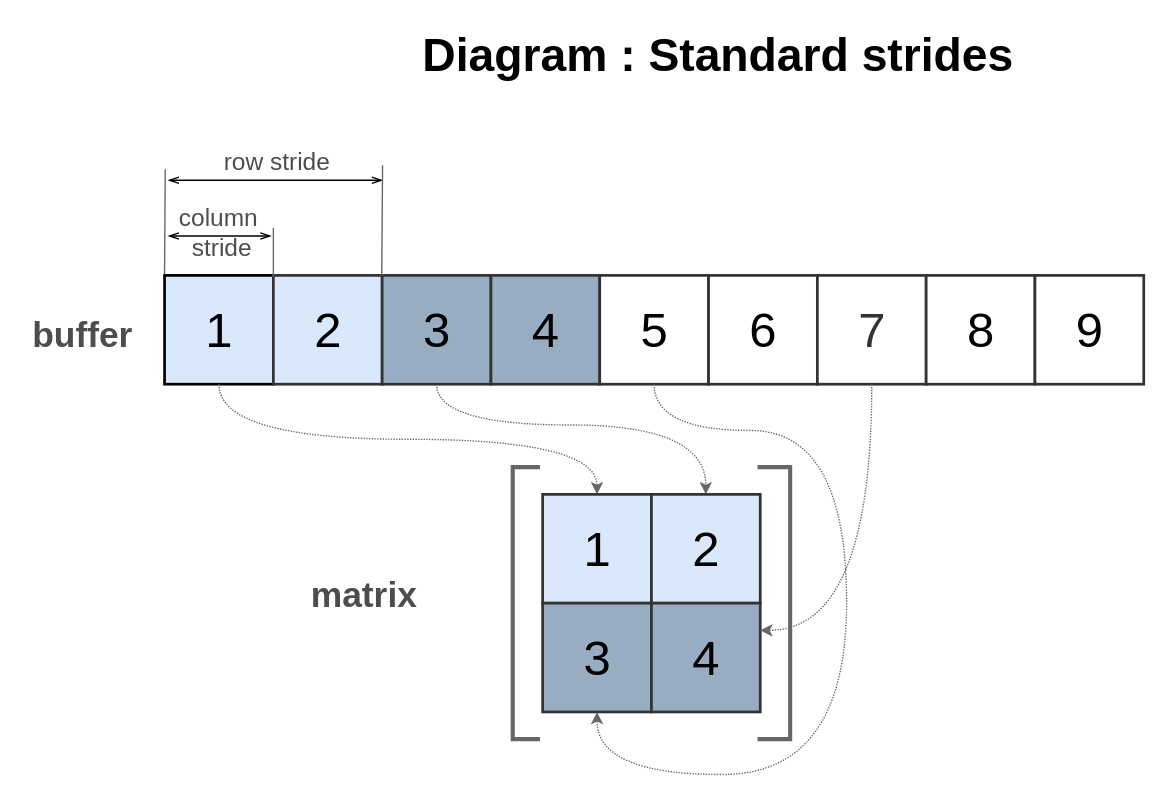
This is page "StandardStrides" (2 of 4) of doc/img/Matrix.drawio from Wandalen/wMathMatrix, a draw.io file, before an edit. Source tidied: cells renumbered, new cells numbered last; positions are measured from the earlier drawing's top-left corner, leaving out a move shared by most shapes. Both pictures are drawn from the tidied source at 136%, with x=0, y=0 at pixel (23, 23).
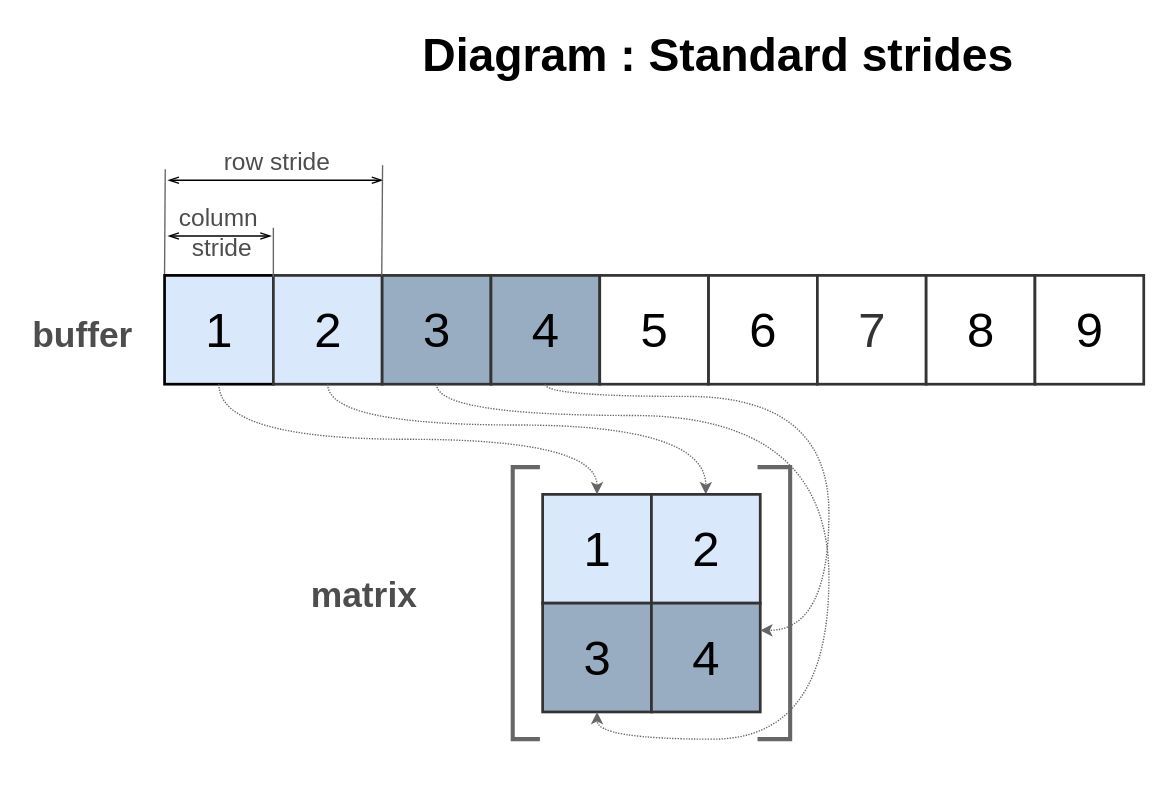
After the change.

The change refers to these unchanged cells:
```xml
<mxCell id="3" value="2" style="whiteSpace=wrap;html=1;strokeWidth=2;fontSize=36;fillColor=#DAE8FC;strokeColor=#333333;" parent="1" vertex="1">
  <mxGeometry x="183.5" y="185" width="80" height="80" as="geometry" />
</mxCell>
<mxCell id="5" value="3" style="whiteSpace=wrap;html=1;strokeWidth=2;fontSize=36;strokeColor=#333333;fillColor=#99ADC2;" parent="1" vertex="1">
  <mxGeometry x="263.5" y="185" width="80" height="80" as="geometry" />
</mxCell>
<mxCell id="6" value="4" style="whiteSpace=wrap;html=1;strokeWidth=2;fontSize=36;fillColor=#99ADC2;strokeColor=#333333;" parent="1" vertex="1">
  <mxGeometry x="343.5" y="185" width="80" height="80" as="geometry" />
</mxCell>
<mxCell id="7" value="5" style="whiteSpace=wrap;html=1;strokeWidth=2;fontSize=36;strokeColor=#333333;fillColor=#FFFFFF;gradientColor=none;" parent="1" vertex="1">
  <mxGeometry x="423.5" y="185" width="80" height="80" as="geometry" />
</mxCell>
<mxCell id="9" value="7" style="whiteSpace=wrap;html=1;strokeWidth=2;fontSize=36;strokeColor=#333333;fillColor=#FFFFFF;fontColor=#333333;" parent="1" vertex="1">
  <mxGeometry x="583.5" y="185" width="80" height="80" as="geometry" />
</mxCell>
<mxCell id="18" value="2" style="whiteSpace=wrap;html=1;strokeWidth=2;fontSize=36;strokeColor=#333333;fillColor=#DAE8FC;" parent="1" vertex="1">
  <mxGeometry x="461.5" y="346" width="80" height="80" as="geometry" />
</mxCell>
<mxCell id="19" value="3" style="whiteSpace=wrap;html=1;strokeWidth=2;fontSize=36;strokeColor=#333333;fillColor=#99ADC2;gradientColor=none;fontColor=#000000;" parent="1" vertex="1">
  <mxGeometry x="381.5" y="426" width="80" height="80" as="geometry" />
</mxCell>
<mxCell id="20" value="4" style="whiteSpace=wrap;html=1;strokeWidth=2;fontSize=36;strokeColor=#333333;fillColor=#99ADC2;fontColor=#000000;" parent="1" vertex="1">
  <mxGeometry x="461.5" y="426" width="80" height="80" as="geometry" />
</mxCell>
```

Change to the diagram source:
```diff
@@
-    <mxCell id="4" style="edgeStyle=orthogonalEdgeStyle;rounded=0;jettySize=auto;html=1;exitX=0.5;exitY=1;exitDx=0;exitDy=0;entryX=0.5;entryY=0;entryDx=0;entryDy=0;strokeColor=#666666;curved=1;dashed=1;dashPattern=1 1;" parent="1" edge="1" source="5" target="18">
+    <mxCell id="4" style="edgeStyle=orthogonalEdgeStyle;rounded=0;jettySize=auto;html=1;exitX=0.5;exitY=1;exitDx=0;exitDy=0;entryX=0.5;entryY=0;entryDx=0;entryDy=0;strokeColor=#666666;curved=1;dashed=1;dashPattern=1 1;" parent="1" edge="1" source="3" target="18">
       <mxGeometry relative="1" as="geometry">
         <Array as="points">
-          <mxPoint x="304" y="295" />
-          <mxPoint x="501" y="295" />
+          <mxPoint x="224" y="295" />
+          <mxPoint x="502" y="295" />
         </Array>
       </mxGeometry>
     </mxCell>
@@
-    <mxCell id="27" style="edgeStyle=orthogonalEdgeStyle;rounded=0;jettySize=auto;html=1;exitX=0.5;exitY=1;exitDx=0;exitDy=0;strokeColor=#666666;curved=1;dashed=1;dashPattern=1 1;entryX=1;entryY=0.25;entryDx=0;entryDy=0;" parent="1" edge="1" source="9" target="20">
-      <mxGeometry relative="1" as="geometry" />
+    <mxCell id="27" style="edgeStyle=orthogonalEdgeStyle;rounded=0;jettySize=auto;html=1;exitX=0.5;exitY=1;exitDx=0;exitDy=0;strokeColor=#666666;curved=1;dashed=1;dashPattern=1 1;entryX=1;entryY=0.25;entryDx=0;entryDy=0;" parent="1" edge="1" source="6" target="20">
+      <mxGeometry relative="1" as="geometry">
+        <Array as="points">
+          <mxPoint x="384" y="274" />
+          <mxPoint x="592" y="274" />
+          <mxPoint x="592" y="446" />
+        </Array>
+      </mxGeometry>
     </mxCell>
-    <mxCell id="28" style="edgeStyle=orthogonalEdgeStyle;rounded=0;jettySize=auto;html=1;entryX=0.5;entryY=1;entryDx=0;entryDy=0;strokeColor=#666666;curved=1;dashed=1;dashPattern=1 1;exitX=0.5;exitY=1;exitDx=0;exitDy=0;" parent="1" edge="1" source="7" target="19">
+    <mxCell id="28" style="edgeStyle=orthogonalEdgeStyle;rounded=0;jettySize=auto;html=1;entryX=0.5;entryY=1;entryDx=0;entryDy=0;strokeColor=#666666;curved=1;dashed=1;dashPattern=1 1;exitX=0.5;exitY=1;exitDx=0;exitDy=0;" parent="1" edge="1" source="5" target="19">
       <mxGeometry relative="1" as="geometry">
         <Array as="points">
-          <mxPoint x="464" y="299" />
-          <mxPoint x="605" y="299" />
-          <mxPoint x="605" y="552" />
-          <mxPoint x="421" y="552" />
+          <mxPoint x="304" y="288" />
+          <mxPoint x="592" y="288" />
+          <mxPoint x="592" y="526" />
+          <mxPoint x="422" y="526" />
         </Array>
       </mxGeometry>
     </mxCell>
```
